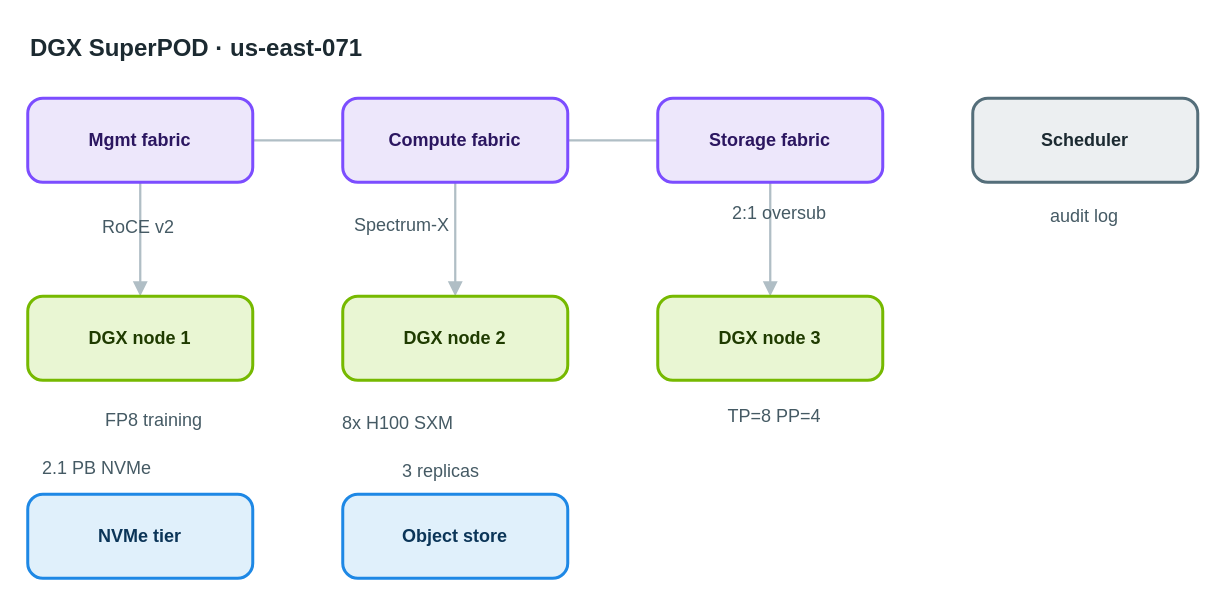
This is apps/web/public/samples/library/071-dgx-superpod.drawio from AryanG01/open-apprentice, a draw.io file, before an edit. Source tidied: cells renumbered, new cells numbered last; positions are measured from the earlier drawing's top-left corner, leaving out a move shared by most shapes. Both pictures are drawn from the tidied source at 150%, with x=0, y=0 at pixel (27, 26).
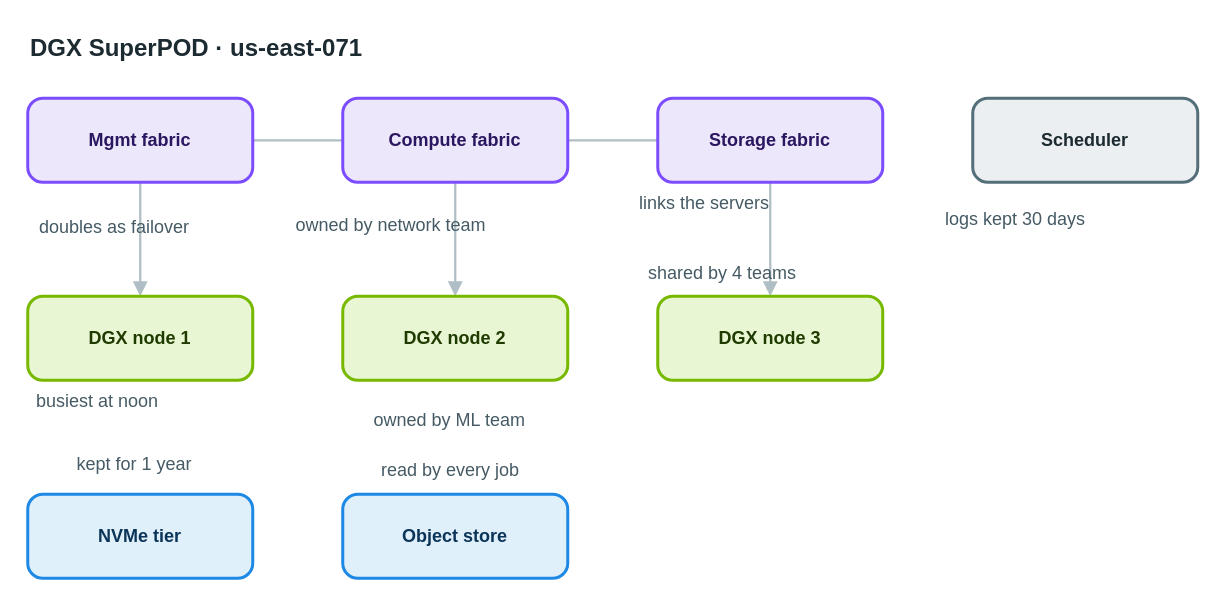
The same diagram, later.

Change to the diagram source:
```diff
@@
-    <mxCell id="15" value="RoCE v2" style="text;html=1;align=left;verticalAlign=top;whiteSpace=nowrap;spacing=0;spacingTop=0;strokeColor=none;fillColor=none;fontSize=12;fontColor=#455a64;" parent="1" vertex="1">
-      <mxGeometry x="50" y="122" width="61" height="20" as="geometry" />
+    <mxCell id="15" value="doubles as failover" style="text;html=1;align=left;verticalAlign=top;whiteSpace=nowrap;spacing=0;spacingTop=0;strokeColor=none;fillColor=none;fontSize=12;fontColor=#455a64;" parent="1" vertex="1">
+      <mxGeometry x="8" y="122" width="145" height="20" as="geometry" />
     </mxCell>
-    <mxCell id="16" value="Spectrum-X" style="text;html=1;align=left;verticalAlign=top;whiteSpace=nowrap;spacing=0;spacingTop=0;strokeColor=none;fillColor=none;fontSize=12;fontColor=#455a64;" parent="1" vertex="1">
-      <mxGeometry x="218" y="121" width="82" height="20" as="geometry" />
+    <mxCell id="16" value="owned by network team" style="text;html=1;align=left;verticalAlign=top;whiteSpace=nowrap;spacing=0;spacingTop=0;strokeColor=none;fillColor=none;fontSize=12;fontColor=#455a64;" parent="1" vertex="1">
+      <mxGeometry x="179" y="121" width="159" height="20" as="geometry" />
     </mxCell>
-    <mxCell id="17" value="2:1 oversub" style="text;html=1;align=left;verticalAlign=top;whiteSpace=nowrap;spacing=0;spacingTop=0;strokeColor=none;fillColor=none;fontSize=12;fontColor=#455a64;" parent="1" vertex="1">
-      <mxGeometry x="470" y="113" width="89" height="20" as="geometry" />
+    <mxCell id="17" value="links the servers" style="text;html=1;align=left;verticalAlign=top;whiteSpace=nowrap;spacing=0;spacingTop=0;strokeColor=none;fillColor=none;fontSize=12;fontColor=#455a64;" parent="1" vertex="1">
+      <mxGeometry x="408" y="106" width="131" height="20" as="geometry" />
     </mxCell>
-    <mxCell id="18" value="FP8 training" style="text;html=1;align=left;verticalAlign=top;whiteSpace=nowrap;spacing=0;spacingTop=0;strokeColor=none;fillColor=none;fontSize=12;fontColor=#455a64;" parent="1" vertex="1">
-      <mxGeometry x="52" y="251" width="96" height="20" as="geometry" />
+    <mxCell id="18" value="busiest at noon" style="text;html=1;align=left;verticalAlign=top;whiteSpace=nowrap;spacing=0;spacingTop=0;strokeColor=none;fillColor=none;fontSize=12;fontColor=#455a64;" parent="1" vertex="1">
+      <mxGeometry x="6" y="238" width="117" height="20" as="geometry" />
     </mxCell>
-    <mxCell id="19" value="8x H100 SXM" style="text;html=1;align=left;verticalAlign=top;whiteSpace=nowrap;spacing=0;spacingTop=0;strokeColor=none;fillColor=none;fontSize=12;fontColor=#455a64;" parent="1" vertex="1">
-      <mxGeometry x="210" y="253" width="89" height="20" as="geometry" />
+    <mxCell id="19" value="owned by ML team" style="text;html=1;align=left;verticalAlign=top;whiteSpace=nowrap;spacing=0;spacingTop=0;strokeColor=none;fillColor=none;fontSize=12;fontColor=#455a64;" parent="1" vertex="1">
+      <mxGeometry x="231" y="251" width="124" height="20" as="geometry" />
     </mxCell>
-    <mxCell id="20" value="TP=8 PP=4" style="text;html=1;align=left;verticalAlign=top;whiteSpace=nowrap;spacing=0;spacingTop=0;strokeColor=none;fillColor=none;fontSize=12;fontColor=#455a64;" parent="1" vertex="1">
-      <mxGeometry x="467" y="248" width="75" height="20" as="geometry" />
+    <mxCell id="20" value="shared by 4 teams" style="text;html=1;align=left;verticalAlign=top;whiteSpace=nowrap;spacing=0;spacingTop=0;strokeColor=none;fillColor=none;fontSize=12;fontColor=#455a64;" parent="1" vertex="1">
+      <mxGeometry x="414" y="153" width="131" height="20" as="geometry" />
     </mxCell>
-    <mxCell id="21" value="2.1 PB NVMe" style="text;html=1;align=left;verticalAlign=top;whiteSpace=nowrap;spacing=0;spacingTop=0;strokeColor=none;fillColor=none;fontSize=12;fontColor=#455a64;" parent="1" vertex="1">
-      <mxGeometry x="10" y="283" width="89" height="20" as="geometry" />
+    <mxCell id="21" value="kept for 1 year" style="text;html=1;align=left;verticalAlign=top;whiteSpace=nowrap;spacing=0;spacingTop=0;strokeColor=none;fillColor=none;fontSize=12;fontColor=#455a64;" parent="1" vertex="1">
+      <mxGeometry x="33" y="280" width="117" height="20" as="geometry" />
     </mxCell>
-    <mxCell id="22" value="3 replicas" style="text;html=1;align=left;verticalAlign=top;whiteSpace=nowrap;spacing=0;spacingTop=0;strokeColor=none;fillColor=none;fontSize=12;fontColor=#455a64;" parent="1" vertex="1">
-      <mxGeometry x="250" y="285" width="82" height="20" as="geometry" />
+    <mxCell id="22" value="read by every job" style="text;html=1;align=left;verticalAlign=top;whiteSpace=nowrap;spacing=0;spacingTop=0;strokeColor=none;fillColor=none;fontSize=12;fontColor=#455a64;" parent="1" vertex="1">
+      <mxGeometry x="236" y="284" width="131" height="20" as="geometry" />
     </mxCell>
-    <mxCell id="23" value="audit log" style="text;html=1;align=left;verticalAlign=top;whiteSpace=nowrap;spacing=0;spacingTop=0;strokeColor=none;fillColor=none;fontSize=12;fontColor=#455a64;" parent="1" vertex="1">
-      <mxGeometry x="682" y="115" width="75" height="20" as="geometry" />
+    <mxCell id="23" value="logs kept 30 days" style="text;html=1;align=left;verticalAlign=top;whiteSpace=nowrap;spacing=0;spacingTop=0;strokeColor=none;fillColor=none;fontSize=12;fontColor=#455a64;" parent="1" vertex="1">
+      <mxGeometry x="612" y="117" width="131" height="20" as="geometry" />
     </mxCell>
```
